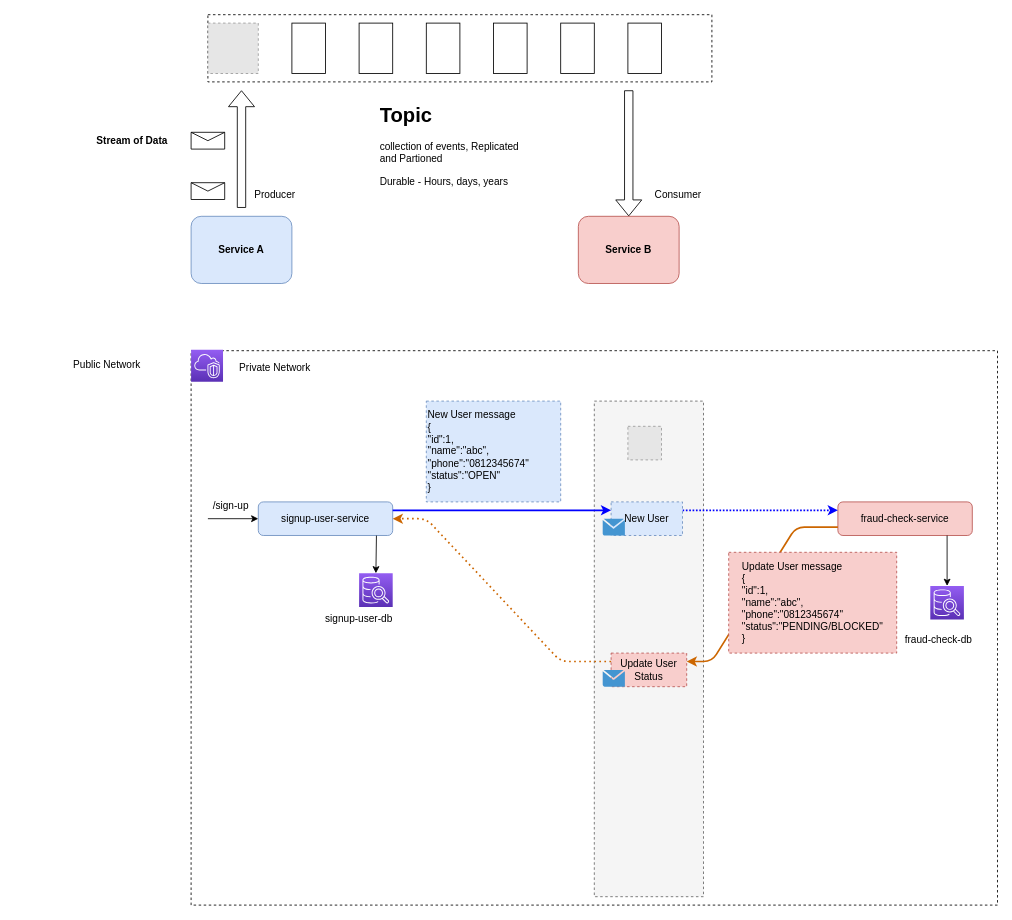
The draw.io diagram kafka-v1.drawio in josdoaitran/full-example-kafka-java-springboot, before the edit. Source tidied: cells renumbered, new cells numbered last; positions are measured from the earlier drawing's top-left corner, leaving out a move shared by most shapes. Both pictures are drawn from the tidied source at 84%, with x=0, y=0 at pixel (65, 14). Pictures stored in the file or linked from it are replaced by grey dashed boxes.
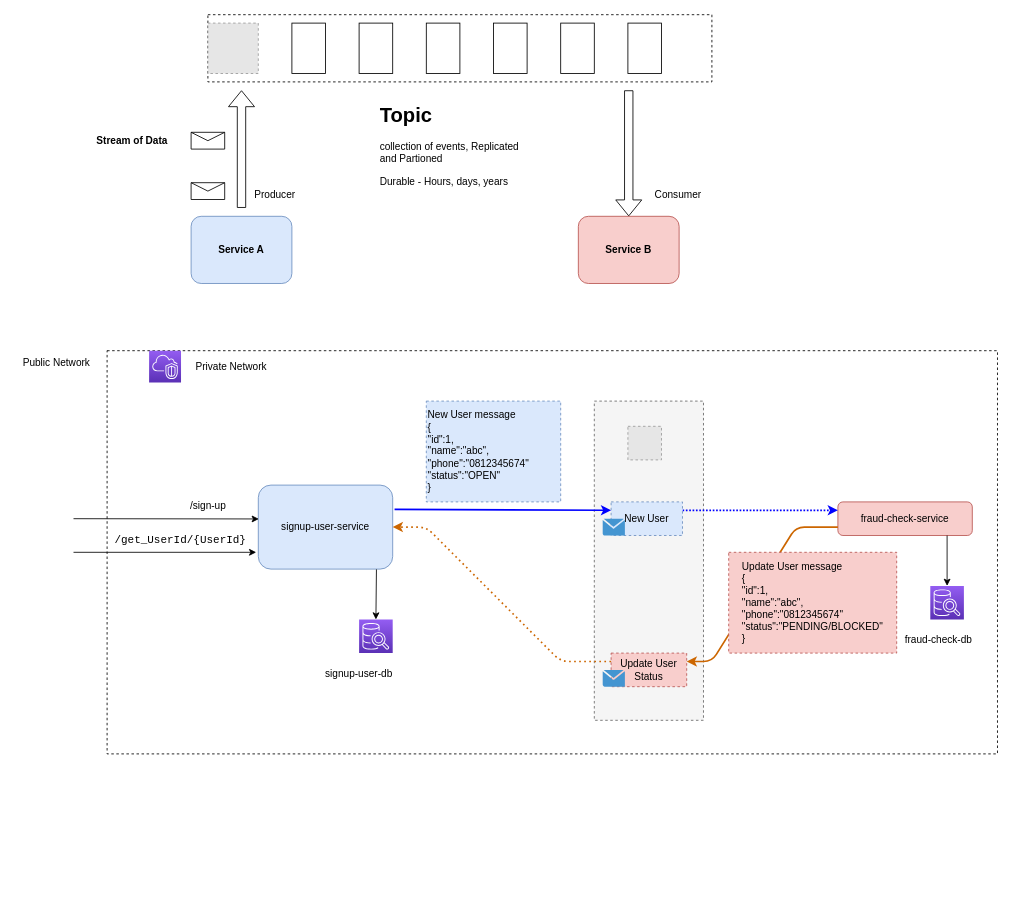
After the change.

The change refers to these unchanged cells:
```xml
<mxCell id="37" value="New User" style="rounded=0;whiteSpace=wrap;html=1;dashed=1;fillColor=#dae8fc;strokeColor=#6c8ebf;" parent="1" vertex="1">
  <mxGeometry x="650" y="580" width="85" height="40" as="geometry" />
</mxCell>
<mxCell id="38" value="Update User Status" style="rounded=0;whiteSpace=wrap;html=1;dashed=1;fillColor=#f8cecc;strokeColor=#b85450;" parent="1" vertex="1">
  <mxGeometry x="650" y="760" width="90" height="40" as="geometry" />
</mxCell>
```

Change to the diagram source:
```diff
@@
     <mxCell id="2" style="rounded=0;whiteSpace=wrap;html=1;fillColor=none;dashed=1;" parent="1" vertex="1">
-      <mxGeometry x="150" y="400" width="960" height="660" as="geometry" />
+      <mxGeometry x="50" y="400" width="1060" height="480" as="geometry" />
     </mxCell>
     <mxCell id="3" value="&lt;span&gt;signup-user-service&lt;/span&gt;" style="rounded=1;whiteSpace=wrap;html=1;fillColor=#dae8fc;strokeColor=#6c8ebf;" parent="1" vertex="1">
-      <mxGeometry x="230" y="580" width="160" height="40" as="geometry" />
+      <mxGeometry x="230" y="560" width="160" height="100" as="geometry" />
     </mxCell>
@@
     <mxCell id="5" style="rounded=0;whiteSpace=wrap;html=1;fillColor=#f5f5f5;dashed=1;fontColor=#333333;strokeColor=#666666;" parent="1" vertex="1">
-      <mxGeometry x="630" y="460" width="130" height="590" as="geometry" />
+      <mxGeometry x="630" y="460" width="130" height="380" as="geometry" />
     </mxCell>
@@
     <mxCell id="20" value="Private Network" style="text;html=1;strokeColor=none;fillColor=none;align=center;verticalAlign=middle;whiteSpace=wrap;rounded=0;" parent="1" vertex="1">
-      <mxGeometry x="200" y="406" width="100" height="30" as="geometry" />
+      <mxGeometry x="147.5" y="404" width="100" height="30" as="geometry" />
     </mxCell>
     <mxCell id="21" style="sketch=0;fontColor=#232F3E;gradientColor=#945DF2;gradientDirection=north;fillColor=#5A30B5;strokeColor=#ffffff;dashed=0;verticalLabelPosition=bottom;verticalAlign=top;align=center;html=1;fontSize=12;fontStyle=0;shape=mxgraph.aws4.resourceIcon;resIcon=mxgraph.aws4.vpc;" parent="1" vertex="1">
-      <mxGeometry x="150" y="399" width="38" height="38" as="geometry" />
+      <mxGeometry x="100" y="400" width="38" height="38" as="geometry" />
     </mxCell>
     <mxCell id="22" value="Public Network" style="text;html=1;strokeColor=none;fillColor=none;align=center;verticalAlign=middle;whiteSpace=wrap;rounded=0;" parent="1" vertex="1">
-      <mxGeometry y="402" width="100" height="30" as="geometry" />
+      <mxGeometry x="-60" y="400" width="100" height="30" as="geometry" />
     </mxCell>
-    <mxCell id="23" style="endArrow=classic;html=1;exitX=1;exitY=0.25;exitDx=0;exitDy=0;entryX=0;entryY=0.25;entryDx=0;entryDy=0;strokeColor=#0000FF;strokeWidth=2;" parent="1" edge="1" source="3" target="37">
+    <mxCell id="23" style="endArrow=classic;html=1;exitX=1.014;exitY=0.29;exitDx=0;exitDy=0;entryX=0;entryY=0.25;entryDx=0;entryDy=0;strokeColor=#0000FF;strokeWidth=2;exitPerimeter=0;" parent="1" edge="1" source="3" target="37">
       <mxGeometry relative="1" as="geometry" />
     </mxCell>
     <mxCell id="24" style="sketch=0;points=[[0,0,0],[0.25,0,0],[0.5,0,0],[0.75,0,0],[1,0,0],[0,1,0],[0.25,1,0],[0.5,1,0],[0.75,1,0],[1,1,0],[0,0.25,0],[0,0.5,0],[0,0.75,0],[1,0.25,0],[1,0.5,0],[1,0.75,0]];outlineConnect=0;fontColor=#232F3E;gradientColor=#945DF2;gradientDirection=north;fillColor=#5A30B5;strokeColor=#ffffff;dashed=0;verticalLabelPosition=bottom;verticalAlign=top;align=center;html=1;fontSize=12;fontStyle=0;shape=mxgraph.aws4.resourceIcon;resIcon=mxgraph.aws4.sql_workbench;" parent="1" vertex="1">
-      <mxGeometry x="350" y="665" width="40" height="40" as="geometry" />
+      <mxGeometry x="350" y="720" width="40" height="40" as="geometry" />
     </mxCell>
@@
-    <mxCell id="29" style="endArrow=classic;html=1;entryX=0;entryY=0.5;entryDx=0;entryDy=0;exitX=1;exitY=0.5;exitDx=0;exitDy=0;exitPerimeter=0;" parent="1" edge="1" target="3">
+    <mxCell id="29" style="endArrow=classic;html=1;entryX=0.004;entryY=0.403;entryDx=0;entryDy=0;entryPerimeter=0;" parent="1" edge="1" target="3">
       <mxGeometry relative="1" as="geometry">
-        <mxPoint x="170" y="600" as="sourcePoint" />
+        <mxPoint x="10" y="600" as="sourcePoint" />
       </mxGeometry>
     </mxCell>
     <mxCell id="30" value="/sign-up" style="text;html=1;strokeColor=none;fillColor=none;align=center;verticalAlign=middle;whiteSpace=wrap;rounded=0;dashed=1;" parent="1" vertex="1">
-      <mxGeometry x="165" y="570" width="65" height="30" as="geometry" />
+      <mxGeometry x="137.5" y="570" width="65" height="30" as="geometry" />
     </mxCell>
@@
     <mxCell id="40" style="endArrow=classic;html=1;exitX=0;exitY=0.25;exitDx=0;exitDy=0;dashed=1;dashPattern=1 2;strokeColor=#CC6600;strokeWidth=2;entryX=1;entryY=0.5;entryDx=0;entryDy=0;" parent="1" edge="1" source="38" target="3">
       <mxGeometry relative="1" as="geometry">
         <Array as="points">
           <mxPoint x="590" y="770" />
-          <mxPoint x="430" y="600" />
+          <mxPoint x="430" y="610" />
         </Array>
       </mxGeometry>
     </mxCell>
     <mxCell id="41" value="signup-user-db" style="text;html=1;strokeColor=none;fillColor=none;align=center;verticalAlign=middle;whiteSpace=wrap;rounded=0;" parent="1" vertex="1">
-      <mxGeometry x="300" y="705" width="100" height="30" as="geometry" />
+      <mxGeometry x="300" y="770" width="100" height="30" as="geometry" />
     </mxCell>
@@
+    <mxCell id="46" style="endArrow=classic;html=1;entryX=0;entryY=0.5;entryDx=0;entryDy=0;" parent="1" edge="1">
+      <mxGeometry relative="1" as="geometry">
+        <mxPoint x="10" y="640" as="sourcePoint" />
+        <mxPoint x="227.5" y="640" as="targetPoint" />
+      </mxGeometry>
+    </mxCell>
+    <mxCell id="47" value="&lt;pre style=&quot;font-family: &amp;#34;jetbrains mono&amp;#34; , monospace ; font-size: 9.8pt&quot;&gt;/get_UserId/{UserId}&lt;/pre&gt;" style="text;html=1;strokeColor=none;fillColor=none;align=center;verticalAlign=middle;whiteSpace=wrap;rounded=0;dashed=1;" parent="1" vertex="1">
+      <mxGeometry x="105" y="610" width="65" height="30" as="geometry" />
+    </mxCell>
```
